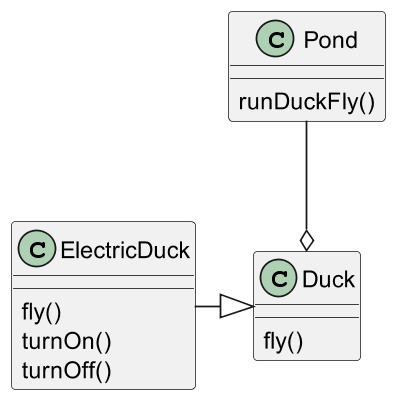
This is S4/assets/build/lsp.png from thomasGuibert/Cours-Design, a PlantUML export, as it was before one commit.
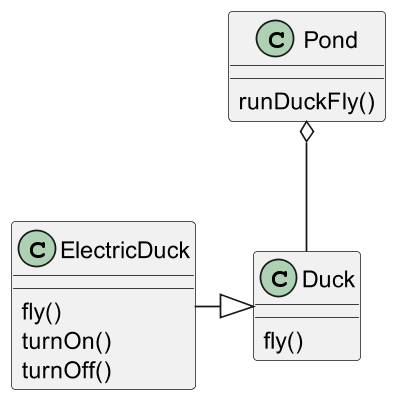
The same file after the commit.

The edit, as a diff of the source:
```diff
@@ -17,7 +17,7 @@
 }
 
 
-Pond --o Duck
+Pond o-- Duck
 ElectricDuck -|> Duck
 
 @enduml
```
